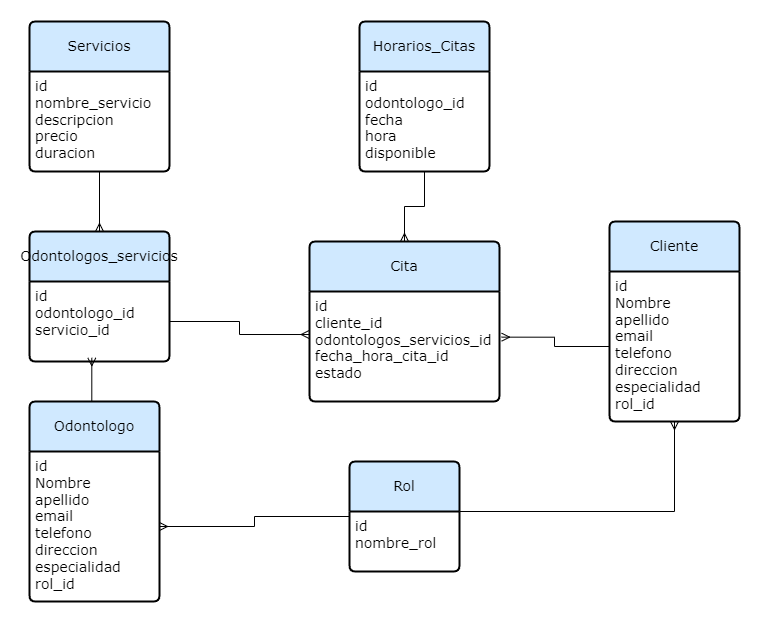
Earlier version of the draw.io export docs/Clinical_Dental.png (sebastianDLL/sis257_clinica_dental). Source tidied: cells renumbered, new cells last; positions are measured from the earlier drawing's top-left corner, leaving out a move shared by most shapes.
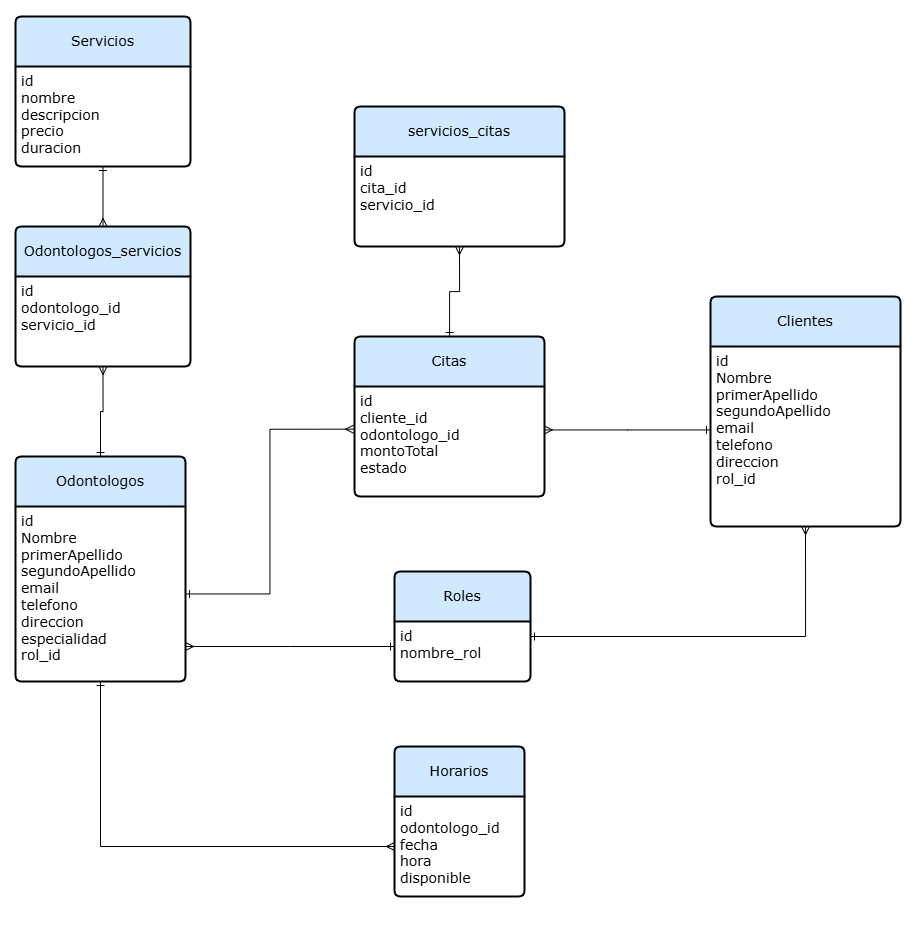
The same file after the commit.

Change to the diagram source:
```diff
@@ -2,77 +2,94 @@
   <root>
     <mxCell id="0" />
     <mxCell id="1" parent="0" />
+    <mxCell id="23" style="edgeStyle=orthogonalEdgeStyle;rounded=0;jettySize=auto;html=1;entryX=0.5;entryY=1;entryDx=0;entryDy=0;endArrow=ERmany;endFill=0;startArrow=ERone;startFill=0;fontFamily=Verdana;fontSize=14;" parent="1" edge="1" source="2" target="11">
+      <mxGeometry relative="1" as="geometry" />
+    </mxCell>
-    <mxCell id="2" value="Odontologo" style="swimlane;horizontal=1;startSize=50;rounded=1;fontSize=14;fontStyle=0;strokeWidth=2;shadow=0;dashed=0;align=center;arcSize=4;whiteSpace=wrap;html=1;fillColor=#D0E9FF;fontFamily=Verdana;labelBackgroundColor=none;textShadow=0;" parent="1" vertex="1">
-      <mxGeometry y="380" width="130" height="200" as="geometry" />
+    <mxCell id="2" value="Odontologos" style="swimlane;horizontal=1;startSize=50;rounded=1;fontSize=14;fontStyle=0;strokeWidth=2;shadow=0;dashed=0;align=center;arcSize=4;whiteSpace=wrap;html=1;fillColor=#D0E9FF;fontFamily=Verdana;labelBackgroundColor=none;textShadow=0;" parent="1" vertex="1">
+      <mxGeometry x="-5" y="330" width="170" height="225" as="geometry" />
     </mxCell>
-    <mxCell id="3" value="&lt;div style=&quot;font-size: 14px;&quot;&gt;id&lt;/div&gt;Nombre&lt;div style=&quot;font-size: 14px;&quot;&gt;apellido&lt;/div&gt;&lt;div style=&quot;font-size: 14px;&quot;&gt;email&lt;/div&gt;&lt;div style=&quot;font-size: 14px;&quot;&gt;telefono&lt;/div&gt;&lt;div style=&quot;font-size: 14px;&quot;&gt;direccion&lt;/div&gt;&lt;div style=&quot;font-size: 14px;&quot;&gt;especialidad&lt;br style=&quot;font-size: 14px;&quot;&gt;&lt;div style=&quot;font-size: 14px;&quot;&gt;rol_id&lt;/div&gt;&lt;/div&gt;" style="align=left;strokeColor=none;fillColor=none;spacingLeft=4;fontSize=14;verticalAlign=top;html=1;fontFamily=Verdana;labelBackgroundColor=none;textShadow=0;" parent="2" vertex="1">
-      <mxGeometry y="50" width="130" height="150" as="geometry" />
+    <mxCell id="3" value="&lt;div style=&quot;font-size: 14px;&quot;&gt;id&lt;/div&gt;Nombre&lt;div style=&quot;font-size: 14px;&quot;&gt;primerApellido&lt;/div&gt;&lt;div style=&quot;font-size: 14px;&quot;&gt;segundoApellido&lt;br style=&quot;font-size: 14px;&quot;&gt;&lt;/div&gt;&lt;div style=&quot;font-size: 14px;&quot;&gt;email&lt;/div&gt;&lt;div style=&quot;font-size: 14px;&quot;&gt;telefono&lt;/div&gt;&lt;div style=&quot;font-size: 14px;&quot;&gt;direccion&lt;/div&gt;&lt;div style=&quot;font-size: 14px;&quot;&gt;especialidad&lt;br style=&quot;font-size: 14px;&quot;&gt;&lt;div style=&quot;font-size: 14px;&quot;&gt;rol_id&lt;/div&gt;&lt;/div&gt;" style="align=left;strokeColor=none;fillColor=none;spacingLeft=4;fontSize=14;verticalAlign=top;html=1;fontFamily=Verdana;labelBackgroundColor=none;textShadow=0;" parent="2" vertex="1">
+      <mxGeometry y="50" width="170" height="175" as="geometry" />
     </mxCell>
-    <mxCell id="4" value="Cliente" style="swimlane;horizontal=1;startSize=50;rounded=1;fontSize=14;fontStyle=0;strokeWidth=2;shadow=0;dashed=0;align=center;arcSize=4;whiteSpace=wrap;html=1;fillColor=#D0E9FF;fontFamily=Verdana;labelBackgroundColor=none;textShadow=0;" parent="1" vertex="1">
-      <mxGeometry x="580" y="200" width="130" height="200" as="geometry" />
+    <mxCell id="4" value="Clientes" style="swimlane;horizontal=1;startSize=50;rounded=1;fontSize=14;fontStyle=0;strokeWidth=2;shadow=0;dashed=0;align=center;arcSize=4;whiteSpace=wrap;html=1;fillColor=#D0E9FF;fontFamily=Verdana;labelBackgroundColor=none;textShadow=0;" parent="1" vertex="1">
+      <mxGeometry x="690" y="170" width="190" height="230" as="geometry" />
     </mxCell>
-    <mxCell id="5" value="&lt;div style=&quot;font-size: 14px;&quot;&gt;id&lt;/div&gt;Nombre&lt;div style=&quot;font-size: 14px;&quot;&gt;apellido&lt;/div&gt;&lt;div style=&quot;font-size: 14px;&quot;&gt;email&lt;/div&gt;&lt;div style=&quot;font-size: 14px;&quot;&gt;telefono&lt;/div&gt;&lt;div style=&quot;font-size: 14px;&quot;&gt;direccion&lt;/div&gt;&lt;div style=&quot;font-size: 14px;&quot;&gt;especialidad&lt;br style=&quot;font-size: 14px;&quot;&gt;&lt;div style=&quot;font-size: 14px;&quot;&gt;rol_id&lt;/div&gt;&lt;/div&gt;" style="align=left;strokeColor=none;fillColor=none;spacingLeft=4;fontSize=14;verticalAlign=top;html=1;fontFamily=Verdana;labelBackgroundColor=none;textShadow=0;" parent="4" vertex="1">
-      <mxGeometry y="50" width="130" height="150" as="geometry" />
+    <mxCell id="5" value="&lt;div style=&quot;font-size: 14px;&quot;&gt;id&lt;/div&gt;Nombre&lt;div style=&quot;font-size: 14px;&quot;&gt;&lt;div style=&quot;font-size: 14px;&quot;&gt;primerApellido&lt;/div&gt;&lt;/div&gt;&lt;div style=&quot;font-size: 14px;&quot;&gt;segundoApellido&lt;br style=&quot;font-size: 14px;&quot;&gt;&lt;/div&gt;&lt;div style=&quot;font-size: 14px;&quot;&gt;email&lt;/div&gt;&lt;div style=&quot;font-size: 14px;&quot;&gt;telefono&lt;/div&gt;&lt;div style=&quot;font-size: 14px;&quot;&gt;direccion&lt;/div&gt;&lt;div style=&quot;font-size: 14px;&quot;&gt;&lt;div style=&quot;font-size: 14px;&quot;&gt;rol_id&lt;/div&gt;&lt;/div&gt;" style="align=left;strokeColor=none;fillColor=none;spacingLeft=4;fontSize=14;verticalAlign=top;html=1;fontFamily=Verdana;labelBackgroundColor=none;textShadow=0;" parent="4" vertex="1">
+      <mxGeometry y="50" width="190" height="180" as="geometry" />
     </mxCell>
-    <mxCell id="6" value="Servicios" style="swimlane;horizontal=1;startSize=50;rounded=1;fontSize=14;fontStyle=0;strokeWidth=2;shadow=0;dashed=0;align=center;arcSize=4;whiteSpace=wrap;html=1;fillColor=#D0E9FF;fontFamily=Verdana;labelBackgroundColor=none;textShadow=0;" parent="1" vertex="1">
-      <mxGeometry width="140" height="150" as="geometry" />
+    <mxCell id="6" value="Servicios" style="swimlane;horizontal=1;startSize=50;rounded=1;fontSize=14;fontStyle=0;strokeWidth=2;shadow=0;dashed=0;align=center;arcSize=4;whiteSpace=wrap;html=1;fillColor=#D0E9FF;fontFamily=Verdana;labelBackgroundColor=none;textShadow=0;gradientColor=none;swimlaneFillColor=none;" parent="1" vertex="1">
+      <mxGeometry x="-5" y="-110" width="175" height="150" as="geometry" />
     </mxCell>
-    <mxCell id="7" value="&lt;div style=&quot;font-size: 14px;&quot;&gt;id&lt;/div&gt;&lt;div style=&quot;font-size: 14px;&quot;&gt;nombre_servicio&lt;/div&gt;&lt;div style=&quot;font-size: 14px;&quot;&gt;descripcion&lt;/div&gt;&lt;div style=&quot;font-size: 14px;&quot;&gt;precio&lt;/div&gt;&lt;div style=&quot;font-size: 14px;&quot;&gt;duracion&lt;/div&gt;&lt;div style=&quot;font-size: 14px;&quot;&gt;&lt;div style=&quot;font-size: 14px;&quot;&gt;&lt;br style=&quot;font-size: 14px;&quot;&gt;&lt;/div&gt;&lt;/div&gt;" style="align=left;strokeColor=none;fillColor=none;spacingLeft=4;fontSize=14;verticalAlign=top;html=1;fontFamily=Verdana;labelBackgroundColor=none;textShadow=0;" parent="6" vertex="1">
-      <mxGeometry y="50" width="140" height="100" as="geometry" />
+    <mxCell id="7" value="&lt;div style=&quot;font-size: 14px;&quot;&gt;id&lt;/div&gt;&lt;div style=&quot;font-size: 14px;&quot;&gt;nombre&lt;/div&gt;&lt;div style=&quot;font-size: 14px;&quot;&gt;descripcion&lt;/div&gt;&lt;div style=&quot;font-size: 14px;&quot;&gt;precio&lt;/div&gt;&lt;div style=&quot;font-size: 14px;&quot;&gt;duracion&lt;/div&gt;&lt;div style=&quot;font-size: 14px;&quot;&gt;&lt;div style=&quot;font-size: 14px;&quot;&gt;&lt;br style=&quot;font-size: 14px;&quot;&gt;&lt;/div&gt;&lt;/div&gt;" style="align=left;strokeColor=none;fillColor=none;spacingLeft=4;fontSize=14;verticalAlign=top;html=1;fontFamily=Verdana;labelBackgroundColor=none;textShadow=0;" parent="6" vertex="1">
+      <mxGeometry y="50" width="175" height="100" as="geometry" />
     </mxCell>
-    <mxCell id="8" style="edgeStyle=orthogonalEdgeStyle;rounded=0;jettySize=auto;html=1;endArrow=ERmany;endFill=0;fontFamily=Verdana;fontSize=14;labelBackgroundColor=none;textShadow=0;" parent="1" edge="1" source="9" target="3">
-      <mxGeometry relative="1" as="geometry" />
+    <mxCell id="8" style="edgeStyle=orthogonalEdgeStyle;rounded=0;jettySize=auto;html=1;endArrow=ERmany;endFill=0;fontFamily=Verdana;fontSize=14;labelBackgroundColor=none;textShadow=0;startArrow=ERone;startFill=0;" parent="1" edge="1" source="9" target="3">
+      <mxGeometry relative="1" as="geometry">
+        <Array as="points">
+          <mxPoint x="270" y="520" />
+          <mxPoint x="270" y="520" />
+        </Array>
+      </mxGeometry>
     </mxCell>
-    <mxCell id="9" value="Rol" style="swimlane;horizontal=1;startSize=50;rounded=1;fontSize=14;fontStyle=0;strokeWidth=2;shadow=0;dashed=0;align=center;arcSize=4;whiteSpace=wrap;html=1;fillColor=#D0E9FF;fontFamily=Verdana;labelBackgroundColor=none;textShadow=0;" parent="1" vertex="1">
-      <mxGeometry x="320" y="440" width="110" height="110" as="geometry" />
+    <mxCell id="9" value="Roles" style="swimlane;horizontal=1;startSize=50;rounded=1;fontSize=14;fontStyle=0;strokeWidth=2;shadow=0;dashed=0;align=center;arcSize=4;whiteSpace=wrap;html=1;fillColor=#D0E9FF;fontFamily=Verdana;labelBackgroundColor=none;textShadow=0;" parent="1" vertex="1">
+      <mxGeometry x="374" y="445" width="136" height="110" as="geometry" />
     </mxCell>
     <mxCell id="10" value="&lt;div style=&quot;font-size: 14px;&quot;&gt;id&lt;/div&gt;nombre_rol&lt;div style=&quot;font-size: 14px;&quot;&gt;&lt;br style=&quot;font-size: 14px;&quot;&gt;&lt;/div&gt;&lt;div style=&quot;font-size: 14px;&quot;&gt;&lt;div style=&quot;font-size: 14px;&quot;&gt;&lt;br style=&quot;font-size: 14px;&quot;&gt;&lt;/div&gt;&lt;/div&gt;" style="align=left;strokeColor=none;fillColor=none;spacingLeft=4;fontSize=14;verticalAlign=top;html=1;fontFamily=Verdana;labelBackgroundColor=none;textShadow=0;" parent="9" vertex="1">
-      <mxGeometry y="50" width="110" height="60" as="geometry" />
+      <mxGeometry y="50" width="136" height="60" as="geometry" />
     </mxCell>
     <mxCell id="11" value="Odontologos_servicios" style="swimlane;horizontal=1;startSize=50;rounded=1;fontSize=14;fontStyle=0;strokeWidth=2;shadow=0;dashed=0;align=center;arcSize=4;whiteSpace=wrap;html=1;fillColor=#D0E9FF;fontFamily=Verdana;labelBackgroundColor=none;textShadow=0;" parent="1" vertex="1">
-      <mxGeometry y="210" width="140" height="130" as="geometry" />
+      <mxGeometry x="-5" y="100" width="175" height="140" as="geometry" />
     </mxCell>
     <mxCell id="12" value="&lt;div style=&quot;font-size: 14px;&quot;&gt;id&lt;/div&gt;odontologo_id&lt;div style=&quot;font-size: 14px;&quot;&gt;servicio_id&lt;/div&gt;&lt;div style=&quot;font-size: 14px;&quot;&gt;&lt;div style=&quot;font-size: 14px;&quot;&gt;&lt;br style=&quot;font-size: 14px;&quot;&gt;&lt;/div&gt;&lt;/div&gt;" style="align=left;strokeColor=none;fillColor=none;spacingLeft=4;fontSize=14;verticalAlign=top;html=1;fontFamily=Verdana;labelBackgroundColor=none;textShadow=0;" parent="11" vertex="1">
-      <mxGeometry y="50" width="140" height="80" as="geometry" />
+      <mxGeometry y="50" width="175" height="90" as="geometry" />
     </mxCell>
-    <mxCell id="13" style="edgeStyle=orthogonalEdgeStyle;rounded=0;jettySize=auto;html=1;entryX=0.5;entryY=0;entryDx=0;entryDy=0;endArrow=ERmany;endFill=0;fontFamily=Verdana;fontSize=14;labelBackgroundColor=none;textShadow=0;" parent="1" edge="1" source="14" target="16">
-      <mxGeometry relative="1" as="geometry" />
-    </mxCell>
-    <mxCell id="14" value="Horarios_Citas" style="swimlane;horizontal=1;startSize=50;rounded=1;fontSize=14;fontStyle=0;strokeWidth=2;shadow=0;dashed=0;align=center;arcSize=4;whiteSpace=wrap;html=1;fillColor=#D0E9FF;fontFamily=Verdana;labelBackgroundColor=none;textShadow=0;" parent="1" vertex="1">
-      <mxGeometry x="330" width="130" height="150" as="geometry" />
+    <mxCell id="14" value="Horarios" style="swimlane;horizontal=1;startSize=50;rounded=1;fontSize=14;fontStyle=0;strokeWidth=2;shadow=0;dashed=0;align=center;arcSize=4;whiteSpace=wrap;html=1;fillColor=#D0E9FF;fontFamily=Verdana;labelBackgroundColor=none;textShadow=0;" parent="1" vertex="1">
+      <mxGeometry x="374" y="620" width="130" height="150" as="geometry" />
     </mxCell>
     <mxCell id="15" value="&lt;div style=&quot;font-size: 14px;&quot;&gt;id&lt;/div&gt;&lt;div style=&quot;font-size: 14px;&quot;&gt;odontologo_id&lt;/div&gt;&lt;div style=&quot;font-size: 14px;&quot;&gt;fecha&lt;/div&gt;&lt;div style=&quot;font-size: 14px;&quot;&gt;hora&lt;/div&gt;&lt;div style=&quot;font-size: 14px;&quot;&gt;disponible&lt;/div&gt;&lt;div style=&quot;font-size: 14px;&quot;&gt;&lt;br style=&quot;font-size: 14px;&quot;&gt;&lt;div style=&quot;font-size: 14px;&quot;&gt;&lt;br style=&quot;font-size: 14px;&quot;&gt;&lt;/div&gt;&lt;/div&gt;" style="align=left;strokeColor=none;fillColor=none;spacingLeft=4;fontSize=14;verticalAlign=top;html=1;fontFamily=Verdana;labelBackgroundColor=none;textShadow=0;" parent="14" vertex="1">
       <mxGeometry y="50" width="130" height="100" as="geometry" />
     </mxCell>
+    <mxCell id="24" style="edgeStyle=orthogonalEdgeStyle;rounded=0;jettySize=auto;html=1;entryX=0.5;entryY=1;entryDx=0;entryDy=0;endArrow=ERmany;endFill=0;startArrow=ERone;startFill=0;fontFamily=Verdana;fontSize=14;" parent="1" edge="1" source="16" target="26">
+      <mxGeometry relative="1" as="geometry" />
+    </mxCell>
-    <mxCell id="16" value="Cita" style="swimlane;horizontal=1;startSize=50;rounded=1;fontSize=14;fontStyle=0;strokeWidth=2;shadow=0;dashed=0;align=center;arcSize=4;whiteSpace=wrap;html=1;fillColor=#D0E9FF;fontFamily=Verdana;labelBackgroundColor=none;textShadow=0;" parent="1" vertex="1">
-      <mxGeometry x="280" y="220" width="190" height="160" as="geometry" />
+    <mxCell id="16" value="Citas" style="swimlane;horizontal=1;startSize=50;rounded=1;fontSize=14;fontStyle=0;strokeWidth=2;shadow=0;dashed=0;align=center;arcSize=4;whiteSpace=wrap;html=1;fillColor=#D0E9FF;fontFamily=Verdana;labelBackgroundColor=none;textShadow=0;" parent="1" vertex="1">
+      <mxGeometry x="334" y="210" width="190" height="160" as="geometry" />
     </mxCell>
-    <mxCell id="17" value="&lt;div style=&quot;font-size: 14px;&quot;&gt;id&lt;/div&gt;&lt;div style=&quot;font-size: 14px;&quot;&gt;&lt;div style=&quot;font-size: 14px;&quot;&gt;cliente_id&lt;/div&gt;&lt;/div&gt;&lt;div style=&quot;font-size: 14px;&quot;&gt;odontologos_servicios_id&lt;/div&gt;&lt;div style=&quot;font-size: 14px;&quot;&gt;fecha_hora_cita_id&lt;/div&gt;&lt;div style=&quot;font-size: 14px;&quot;&gt;estado&lt;/div&gt;" style="align=left;strokeColor=none;fillColor=none;spacingLeft=4;fontSize=14;verticalAlign=top;html=1;fontFamily=Verdana;labelBackgroundColor=none;textShadow=0;" parent="16" vertex="1">
+    <mxCell id="17" value="&lt;div style=&quot;font-size: 14px;&quot;&gt;id&lt;/div&gt;&lt;div style=&quot;font-size: 14px;&quot;&gt;&lt;div style=&quot;font-size: 14px;&quot;&gt;cliente_id&lt;/div&gt;&lt;/div&gt;&lt;div style=&quot;font-size: 14px;&quot;&gt;odontologo_id&lt;/div&gt;&lt;div style=&quot;font-size: 14px;&quot;&gt;montoTotal&lt;/div&gt;&lt;div style=&quot;font-size: 14px;&quot;&gt;estado&lt;/div&gt;" style="align=left;strokeColor=none;fillColor=none;spacingLeft=4;fontSize=14;verticalAlign=top;html=1;fontFamily=Verdana;labelBackgroundColor=none;textShadow=0;" parent="16" vertex="1">
       <mxGeometry y="50" width="190" height="110" as="geometry" />
     </mxCell>
-    <mxCell id="18" style="edgeStyle=orthogonalEdgeStyle;rounded=0;jettySize=auto;html=1;endArrow=ERmany;endFill=0;entryX=0.5;entryY=1;entryDx=0;entryDy=0;exitX=1;exitY=0;exitDx=0;exitDy=0;fontFamily=Verdana;fontSize=14;labelBackgroundColor=none;textShadow=0;" parent="1" edge="1" source="10" target="5">
+    <mxCell id="18" style="edgeStyle=orthogonalEdgeStyle;rounded=0;jettySize=auto;html=1;endArrow=ERmany;endFill=0;entryX=0.5;entryY=1;entryDx=0;entryDy=0;exitX=1;exitY=0.25;exitDx=0;exitDy=0;fontFamily=Verdana;fontSize=14;labelBackgroundColor=none;textShadow=0;startArrow=ERone;startFill=0;" parent="1" edge="1" source="10" target="5">
       <mxGeometry relative="1" as="geometry">
         <Array as="points">
-          <mxPoint x="645" y="490" />
+          <mxPoint x="785" y="510" />
         </Array>
       </mxGeometry>
     </mxCell>
-    <mxCell id="19" style="edgeStyle=orthogonalEdgeStyle;rounded=0;jettySize=auto;html=1;entryX=0.445;entryY=0.954;entryDx=0;entryDy=0;entryPerimeter=0;endArrow=ERmany;endFill=0;fontFamily=Verdana;fontSize=14;labelBackgroundColor=none;textShadow=0;" parent="1" edge="1" source="2" target="12">
-      <mxGeometry relative="1" as="geometry">
-        <Array as="points">
-          <mxPoint x="62" y="410" />
-          <mxPoint x="62" y="410" />
-        </Array>
-      </mxGeometry>
-    </mxCell>
+    <mxCell id="25" value="servicios_citas" style="swimlane;horizontal=1;startSize=50;rounded=1;fontSize=14;fontStyle=0;strokeWidth=2;shadow=0;dashed=0;align=center;arcSize=4;whiteSpace=wrap;html=1;fillColor=#D0E9FF;fontFamily=Verdana;labelBackgroundColor=none;textShadow=0;" parent="1" vertex="1">
+      <mxGeometry x="334" y="-20" width="210" height="140" as="geometry" />
+    </mxCell>
+    <mxCell id="26" value="&lt;div style=&quot;font-size: 14px;&quot;&gt;id&lt;/div&gt;cita_id&lt;div style=&quot;font-size: 14px;&quot;&gt;servicio_id&lt;/div&gt;&lt;div style=&quot;font-size: 14px;&quot;&gt;&lt;div style=&quot;font-size: 14px;&quot;&gt;&lt;br style=&quot;font-size: 14px;&quot;&gt;&lt;/div&gt;&lt;/div&gt;" style="align=left;strokeColor=none;fillColor=none;spacingLeft=4;fontSize=14;verticalAlign=top;html=1;fontFamily=Verdana;labelBackgroundColor=none;textShadow=0;" parent="25" vertex="1">
+      <mxGeometry y="50" width="210" height="90" as="geometry" />
+    </mxCell>
+    <mxCell id="27" style="edgeStyle=orthogonalEdgeStyle;rounded=0;jettySize=auto;html=1;entryX=-0.005;entryY=0.388;entryDx=0;entryDy=0;entryPerimeter=0;endArrow=ERmany;endFill=0;startArrow=ERone;startFill=0;fontFamily=Verdana;fontSize=14;" parent="1" edge="1" source="3" target="17">
+      <mxGeometry relative="1" as="geometry" />
+    </mxCell>
+    <mxCell id="22" style="edgeStyle=orthogonalEdgeStyle;rounded=0;jettySize=auto;html=1;entryX=0.999;entryY=0.395;entryDx=0;entryDy=0;entryPerimeter=0;endArrow=ERmany;endFill=0;startArrow=ERone;startFill=0;fontFamily=Verdana;fontSize=14;" parent="1" edge="1" source="5" target="17">
+      <mxGeometry relative="1" as="geometry">
+        <Array as="points">
+          <mxPoint x="607" y="303" />
+        </Array>
+      </mxGeometry>
+    </mxCell>
-    <mxCell id="20" style="edgeStyle=orthogonalEdgeStyle;rounded=0;jettySize=auto;html=1;entryX=0.5;entryY=0;entryDx=0;entryDy=0;endArrow=ERmany;endFill=0;fontFamily=Verdana;fontSize=14;labelBackgroundColor=none;textShadow=0;" parent="1" edge="1" source="7" target="11">
+    <mxCell id="20" style="edgeStyle=orthogonalEdgeStyle;rounded=0;jettySize=auto;html=1;entryX=0.5;entryY=0;entryDx=0;entryDy=0;endArrow=ERmany;endFill=0;startArrow=ERone;startFill=0;fontFamily=Verdana;fontSize=14;" parent="1" edge="1" source="7" target="11">
       <mxGeometry relative="1" as="geometry" />
     </mxCell>
-    <mxCell id="21" style="edgeStyle=orthogonalEdgeStyle;rounded=0;jettySize=auto;html=1;entryX=-0.002;entryY=0.391;entryDx=0;entryDy=0;entryPerimeter=0;endArrow=ERmany;endFill=0;fontFamily=Verdana;fontSize=14;labelBackgroundColor=none;textShadow=0;" parent="1" edge="1" source="12" target="17">
-      <mxGeometry relative="1" as="geometry" />
-    </mxCell>
-    <mxCell id="22" style="edgeStyle=orthogonalEdgeStyle;rounded=0;jettySize=auto;html=1;entryX=1.011;entryY=0.415;entryDx=0;entryDy=0;entryPerimeter=0;endArrow=ERmany;endFill=0;fontFamily=Verdana;fontSize=14;labelBackgroundColor=none;textShadow=0;" parent="1" edge="1" source="5" target="17">
-      <mxGeometry relative="1" as="geometry" />
-    </mxCell>
+    <mxCell id="28" style="edgeStyle=orthogonalEdgeStyle;rounded=0;jettySize=auto;html=1;entryX=0;entryY=0.5;entryDx=0;entryDy=0;endArrow=ERmany;endFill=0;startArrow=ERone;startFill=0;fontFamily=Verdana;fontSize=14;" parent="1" edge="1" source="3" target="15">
+      <mxGeometry relative="1" as="geometry">
+        <Array as="points">
+          <mxPoint x="80" y="720" />
+        </Array>
+      </mxGeometry>
+    </mxCell>
   </root>
 </mxGraphModel>
```
